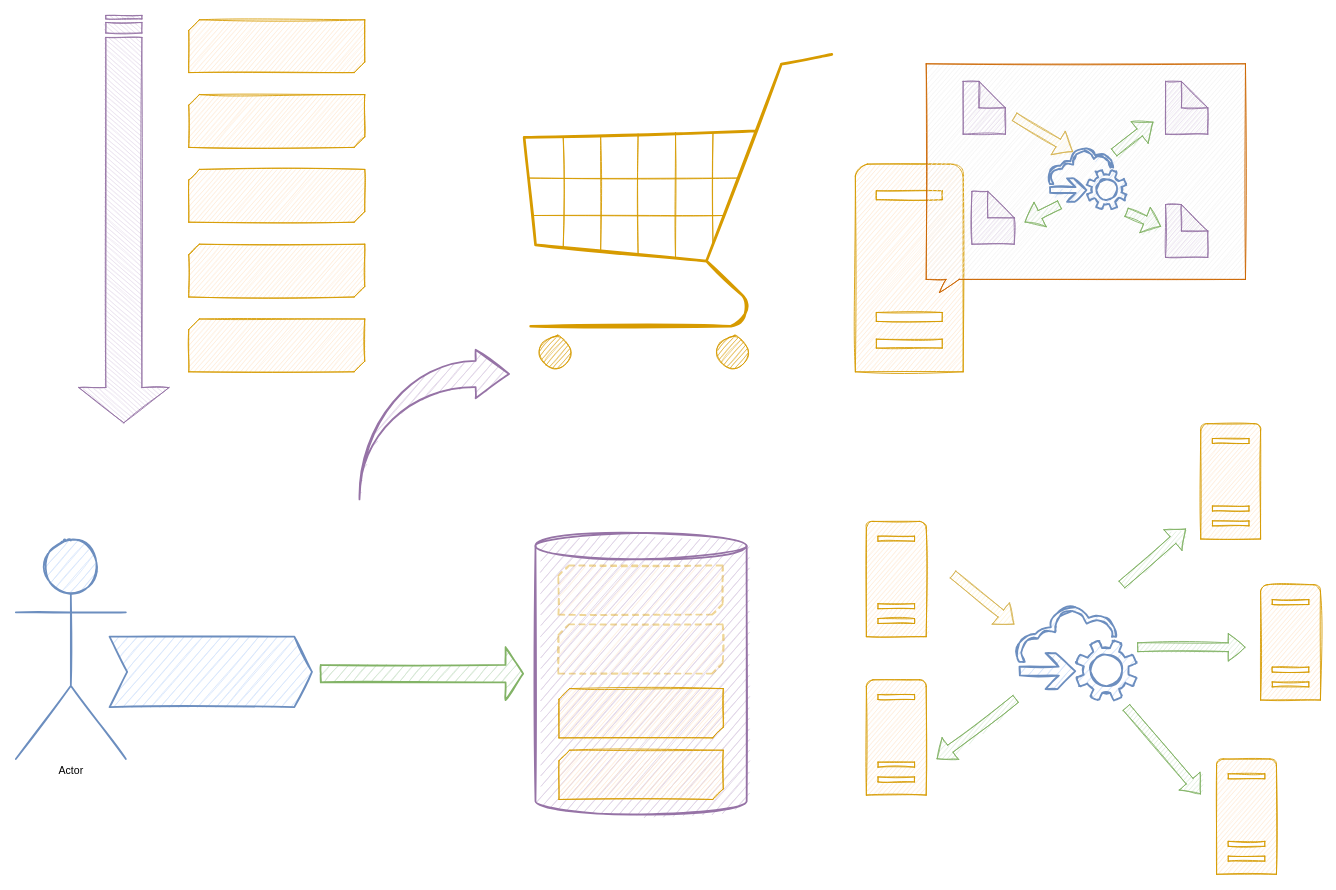
Before: assets/TimeTravelling.drawio in oskardudycz/EventSourcing.NetCore, a draw.io diagram. Source tidied: cells renumbered, new cells numbered last; positions are measured from the earlier drawing's top-left corner, leaving out a move shared by most shapes. Both pictures are drawn from the tidied source at 88%, with x=0, y=0 at pixel (-80, 19).
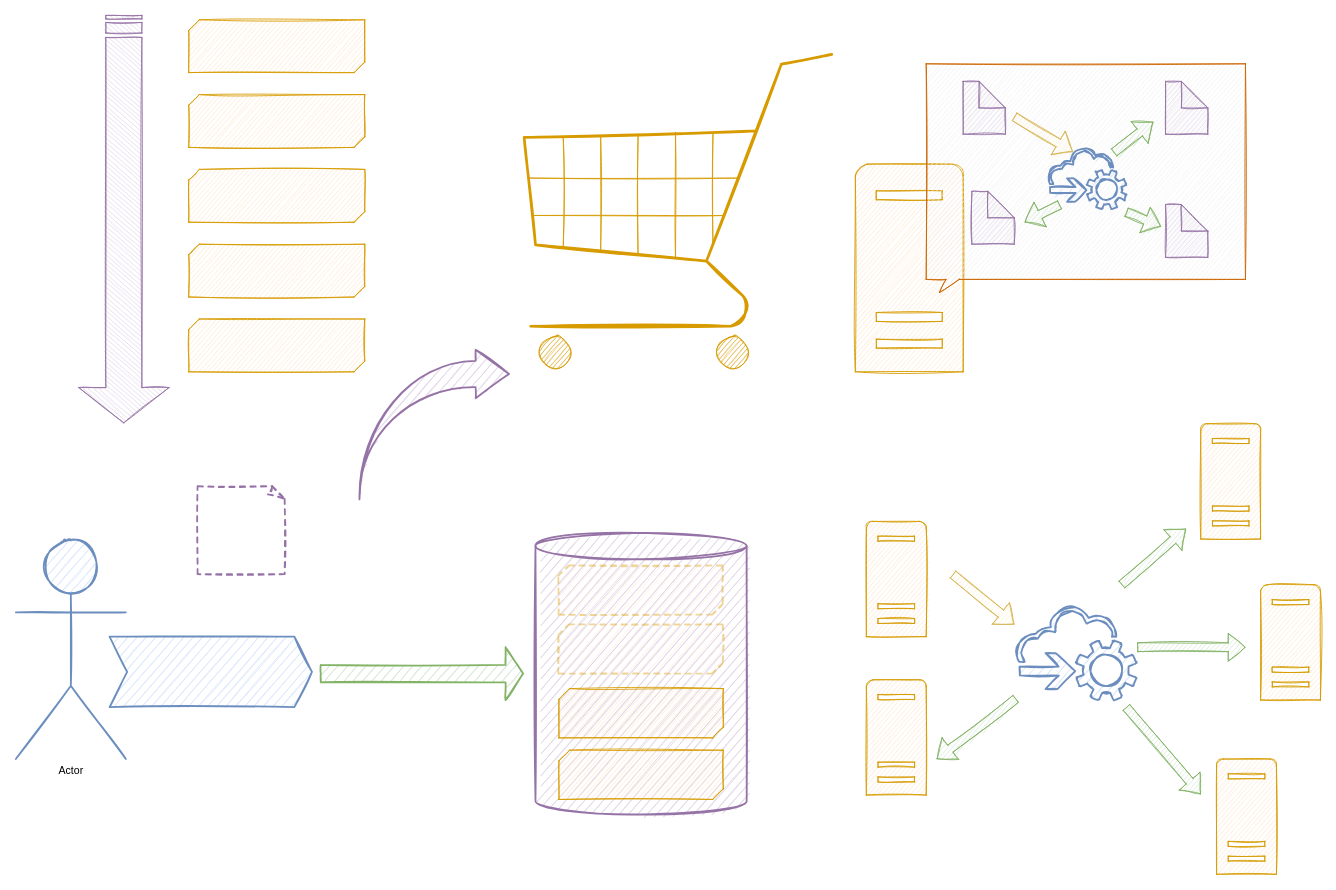
The same diagram, later.

The edit, as a diff of the source:
```diff
@@
+    <mxCell id="40" style="whiteSpace=wrap;html=1;shape=mxgraph.basic.document;shadow=0;sketch=1;strokeColor=#9673a6;strokeWidth=2;fillColor=none;dashed=1;" parent="1" vertex="1">
+      <mxGeometry x="315" y="530" width="100" height="100" as="geometry" />
+    </mxCell>
```
